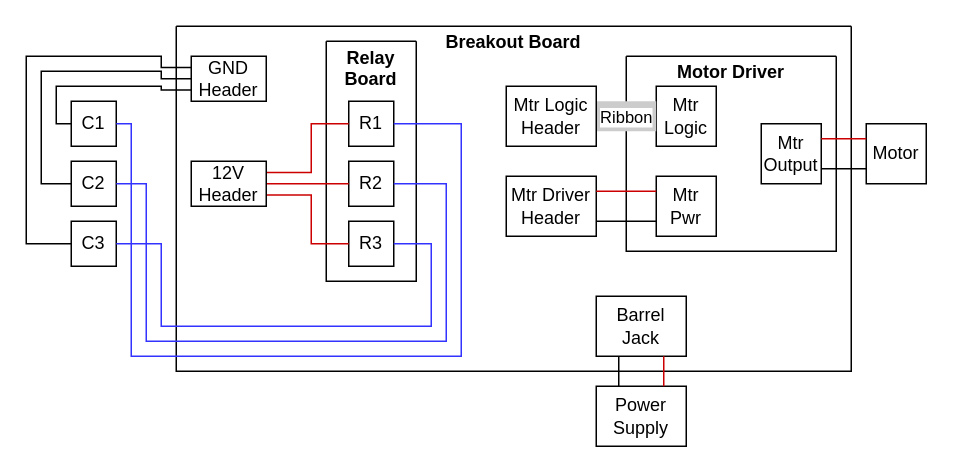
AHNox/TTB-KiCAD-FIles keeps this draw.io diagram as Breakout Board Wiring Diagram.drawio. Above is the earlier version. Source tidied: cells renumbered, new cells numbered last; positions are measured from the earlier drawing's top-left corner, leaving out a move shared by most shapes. Both pictures are drawn from the tidied source at 150%, with x=0, y=0 at pixel (26, 26).
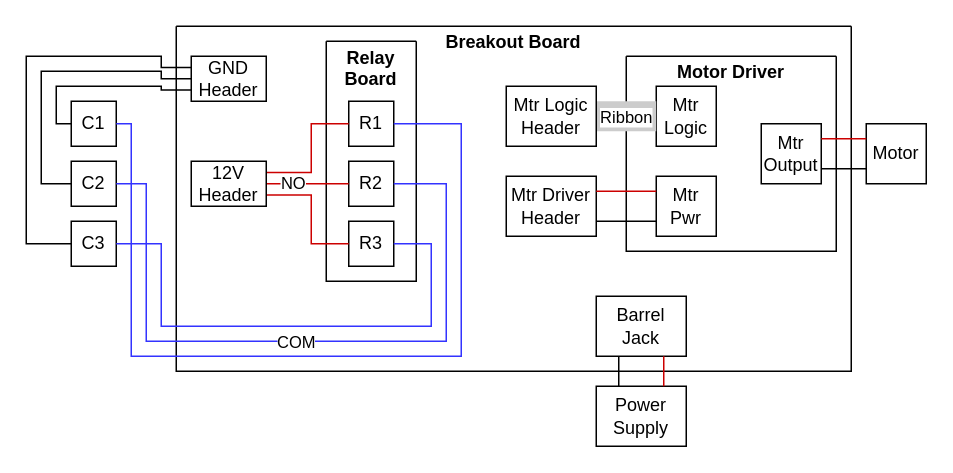
Above is the later version.

The change refers to these unchanged cells:
```xml
<mxCell id="13" style="edgeStyle=orthogonalEdgeStyle;rounded=0;jettySize=auto;html=1;exitX=1;exitY=0.25;exitDx=0;exitDy=0;entryX=0;entryY=0.5;entryDx=0;entryDy=0;endArrow=none;startFill=0;strokeColor=#CC0000;" parent="2" edge="1" source="14" target="6">
  <mxGeometry relative="1" as="geometry">
    <Array as="points">
      <mxPoint x="90" y="98" />
      <mxPoint x="90" y="65" />
    </Array>
  </mxGeometry>
</mxCell>
<mxCell id="30" style="edgeStyle=orthogonalEdgeStyle;rounded=0;jettySize=auto;html=1;exitX=1;exitY=0.5;exitDx=0;exitDy=0;entryX=1;entryY=0.5;entryDx=0;entryDy=0;endArrow=none;startFill=0;strokeColor=#3333FF;" parent="1" edge="1" source="5" target="26">
  <mxGeometry relative="1" as="geometry">
    <Array as="points">
      <mxPoint x="280" y="105" />
      <mxPoint x="280" y="210" />
      <mxPoint x="80" y="210" />
      <mxPoint x="80" y="105" />
    </Array>
  </mxGeometry>
</mxCell>
```

The edit, as a diff of the source:
```diff
@@
+    <mxCell id="38" value="NO" style="edgeLabel;html=1;align=center;verticalAlign=middle;" parent="13" vertex="1">
+      <mxGeometry x="-0.61" relative="1" as="geometry">
+        <mxPoint y="7" as="offset" />
+      </mxGeometry>
+    </mxCell>
@@
+    <mxCell id="39" value="COM" style="edgeLabel;html=1;align=center;verticalAlign=middle;" parent="30" vertex="1">
+      <mxGeometry x="-0.88" relative="1" as="geometry">
+        <mxPoint x="-94" y="105" as="offset" />
+      </mxGeometry>
+    </mxCell>
```
